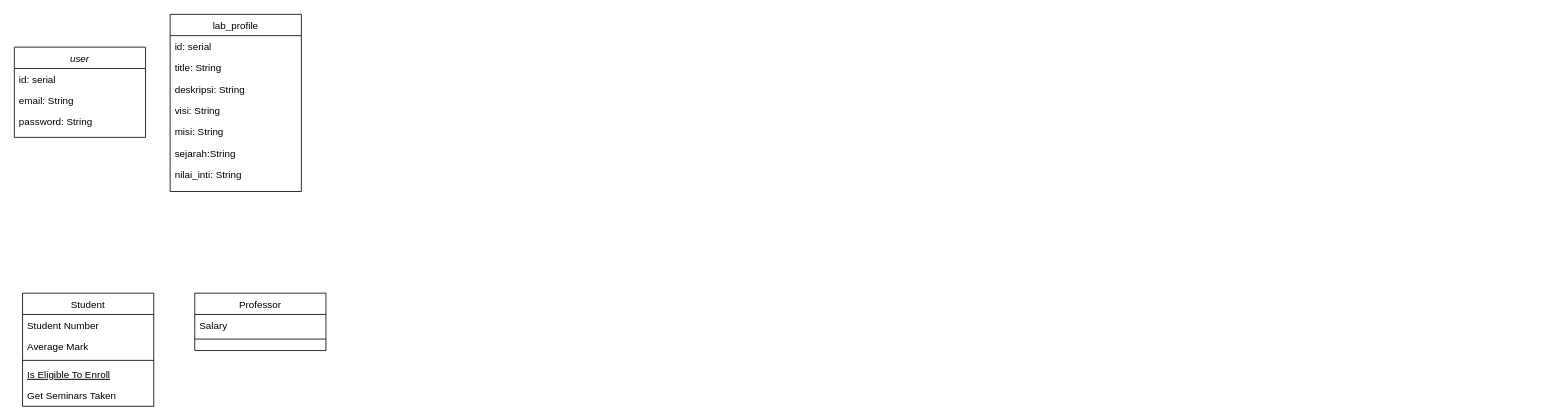
Earlier version of the draw.io diagram pblwebdb.drawio (Wahdaapf/All-About-DrawIo). Source tidied: cells renumbered, new cells numbered last; positions are measured from the earlier drawing's top-left corner, leaving out a move shared by most shapes. Both pictures are drawn from the tidied source at 82%, with x=0, y=0 at pixel (14, 14).
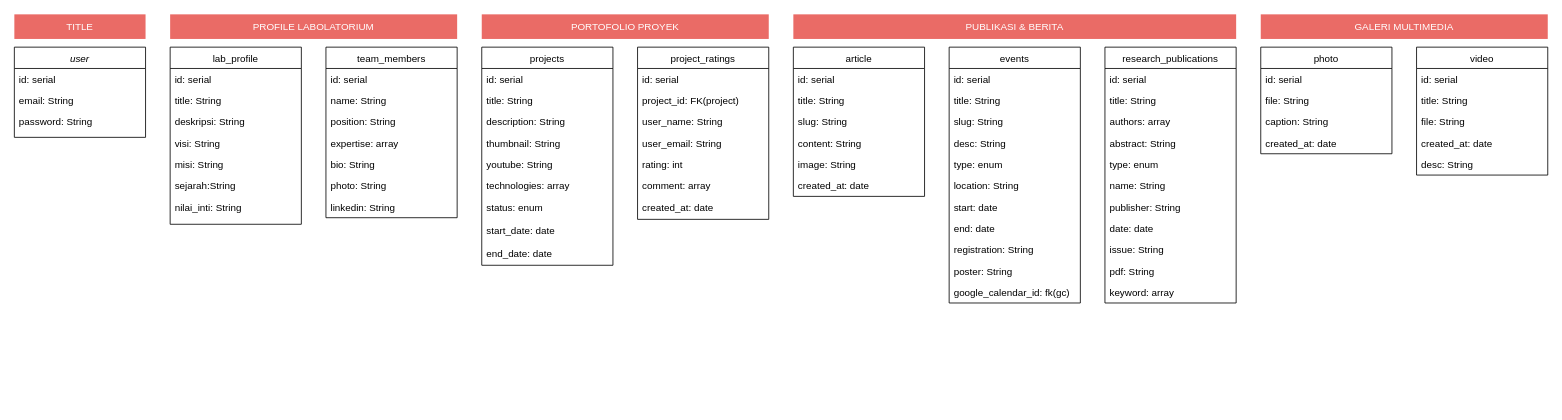
Above is the later version.

Change to the diagram source:
```diff
@@
-    <mxCell id="6" value="Student" style="swimlane;fontStyle=0;align=center;verticalAlign=top;horizontal=1;startSize=26;rounded=0;shadow=0;strokeWidth=1;" parent="1" vertex="1">
-      <mxGeometry x="10" y="340" width="160" height="138" as="geometry" />
+    <mxCell id="6" value="team_members" style="swimlane;fontStyle=0;align=center;verticalAlign=top;horizontal=1;startSize=26;rounded=0;shadow=0;strokeWidth=1;" parent="1" vertex="1">
+      <mxGeometry x="380" y="40" width="160" height="208" as="geometry" />
     </mxCell>
-    <mxCell id="7" value="Student Number" style="text;align=left;verticalAlign=top;spacingLeft=4;spacingRight=4;overflow=hidden;" parent="6" vertex="1">
+    <mxCell id="7" value="id: serial" style="text;align=left;verticalAlign=top;spacingLeft=4;spacingRight=4;overflow=hidden;" parent="6" vertex="1">
       <mxGeometry y="26" width="160" height="26" as="geometry" />
     </mxCell>
-    <mxCell id="8" value="Average Mark" style="text;align=left;verticalAlign=top;spacingLeft=4;spacingRight=4;overflow=hidden;rounded=0;shadow=0;html=0;" parent="6" vertex="1">
+    <mxCell id="8" value="name: String" style="text;align=left;verticalAlign=top;spacingLeft=4;spacingRight=4;overflow=hidden;rounded=0;shadow=0;html=0;" parent="6" vertex="1">
       <mxGeometry y="52" width="160" height="26" as="geometry" />
     </mxCell>
-    <mxCell id="9" style="line;html=1;strokeWidth=1;align=left;verticalAlign=middle;spacingTop=-1;spacingLeft=3;spacingRight=3;labelPosition=right;" parent="6" vertex="1">
-      <mxGeometry y="78" width="160" height="8" as="geometry" />
-    </mxCell>
-    <mxCell id="10" value="Is Eligible To Enroll" style="text;align=left;verticalAlign=top;spacingLeft=4;spacingRight=4;overflow=hidden;fontStyle=4;" parent="6" vertex="1">
-      <mxGeometry y="86" width="160" height="26" as="geometry" />
-    </mxCell>
-    <mxCell id="11" value="Get Seminars Taken" style="text;align=left;verticalAlign=top;spacingLeft=4;spacingRight=4;overflow=hidden;" parent="6" vertex="1">
-      <mxGeometry y="112" width="160" height="26" as="geometry" />
-    </mxCell>
+    <mxCell id="23" value="position: String" style="text;align=left;verticalAlign=top;spacingLeft=4;spacingRight=4;overflow=hidden;rounded=0;shadow=0;html=0;" parent="6" vertex="1">
+      <mxGeometry y="78" width="160" height="26" as="geometry" />
+    </mxCell>
+    <mxCell id="24" value="expertise: array" style="text;align=left;verticalAlign=top;spacingLeft=4;spacingRight=4;overflow=hidden;rounded=0;shadow=0;html=0;" parent="6" vertex="1">
+      <mxGeometry y="104" width="160" height="26" as="geometry" />
+    </mxCell>
+    <mxCell id="25" value="bio: String" style="text;align=left;verticalAlign=top;spacingLeft=4;spacingRight=4;overflow=hidden;rounded=0;shadow=0;html=0;" parent="6" vertex="1">
+      <mxGeometry y="130" width="160" height="26" as="geometry" />
+    </mxCell>
+    <mxCell id="26" value="photo: String" style="text;align=left;verticalAlign=top;spacingLeft=4;spacingRight=4;overflow=hidden;rounded=0;shadow=0;html=0;" parent="6" vertex="1">
+      <mxGeometry y="156" width="160" height="26" as="geometry" />
+    </mxCell>
+    <mxCell id="27" value="linkedin: String" style="text;align=left;verticalAlign=top;spacingLeft=4;spacingRight=4;overflow=hidden;rounded=0;shadow=0;html=0;" parent="6" vertex="1">
+      <mxGeometry y="182" width="160" height="26" as="geometry" />
+    </mxCell>
-    <mxCell id="12" value="Professor" style="swimlane;fontStyle=0;align=center;verticalAlign=top;horizontal=1;startSize=26;rounded=0;shadow=0;strokeWidth=1;" parent="1" vertex="1">
-      <mxGeometry x="220" y="340" width="160" height="70" as="geometry" />
+    <mxCell id="12" value="projects" style="swimlane;fontStyle=0;align=center;verticalAlign=top;horizontal=1;startSize=26;rounded=0;shadow=0;strokeWidth=1;" parent="1" vertex="1">
+      <mxGeometry x="570" y="40" width="160" height="266" as="geometry" />
     </mxCell>
-    <mxCell id="13" value="Salary" style="text;align=left;verticalAlign=top;spacingLeft=4;spacingRight=4;overflow=hidden;" parent="12" vertex="1">
+    <mxCell id="13" value="id: serial" style="text;align=left;verticalAlign=top;spacingLeft=4;spacingRight=4;overflow=hidden;" parent="12" vertex="1">
       <mxGeometry y="26" width="160" height="26" as="geometry" />
     </mxCell>
-    <mxCell id="14" style="line;html=1;strokeWidth=1;align=left;verticalAlign=middle;spacingTop=-1;spacingLeft=3;spacingRight=3;labelPosition=right;" parent="12" vertex="1">
-      <mxGeometry y="52" width="160" height="8" as="geometry" />
-    </mxCell>
+    <mxCell id="28" value="title: String" style="text;align=left;verticalAlign=top;spacingLeft=4;spacingRight=4;overflow=hidden;" parent="12" vertex="1">
+      <mxGeometry y="52" width="160" height="26" as="geometry" />
+    </mxCell>
+    <mxCell id="29" value="description: String" style="text;align=left;verticalAlign=top;spacingLeft=4;spacingRight=4;overflow=hidden;" parent="12" vertex="1">
+      <mxGeometry y="78" width="160" height="26" as="geometry" />
+    </mxCell>
+    <mxCell id="30" value="thumbnail: String" style="text;align=left;verticalAlign=top;spacingLeft=4;spacingRight=4;overflow=hidden;" parent="12" vertex="1">
+      <mxGeometry y="104" width="160" height="26" as="geometry" />
+    </mxCell>
+    <mxCell id="31" value="youtube: String" style="text;align=left;verticalAlign=top;spacingLeft=4;spacingRight=4;overflow=hidden;" parent="12" vertex="1">
+      <mxGeometry y="130" width="160" height="26" as="geometry" />
+    </mxCell>
+    <mxCell id="32" value="technologies: array" style="text;align=left;verticalAlign=top;spacingLeft=4;spacingRight=4;overflow=hidden;" parent="12" vertex="1">
+      <mxGeometry y="156" width="160" height="26" as="geometry" />
+    </mxCell>
+    <mxCell id="33" value="status: enum" style="text;align=left;verticalAlign=top;spacingLeft=4;spacingRight=4;overflow=hidden;" parent="12" vertex="1">
+      <mxGeometry y="182" width="160" height="28" as="geometry" />
+    </mxCell>
+    <mxCell id="34" value="start_date: date" style="text;align=left;verticalAlign=top;spacingLeft=4;spacingRight=4;overflow=hidden;" parent="12" vertex="1">
+      <mxGeometry y="210" width="160" height="28" as="geometry" />
+    </mxCell>
+    <mxCell id="35" value="end_date: date" style="text;align=left;verticalAlign=top;spacingLeft=4;spacingRight=4;overflow=hidden;" parent="12" vertex="1">
+      <mxGeometry y="238" width="160" height="28" as="geometry" />
+    </mxCell>
     <mxCell id="15" value="lab_profile" style="swimlane;fontStyle=0;align=center;verticalAlign=top;horizontal=1;startSize=26;rounded=0;shadow=0;strokeWidth=1;" parent="1" vertex="1">
-      <mxGeometry x="190" width="160" height="216" as="geometry" />
+      <mxGeometry x="190" y="40" width="160" height="216" as="geometry" />
     </mxCell>
@@
+    <mxCell id="36" value="project_ratings" style="swimlane;fontStyle=0;align=center;verticalAlign=top;horizontal=1;startSize=26;rounded=0;shadow=0;strokeWidth=1;" parent="1" vertex="1">
+      <mxGeometry x="760" y="40" width="160" height="210" as="geometry" />
+    </mxCell>
+    <mxCell id="37" value="id: serial" style="text;align=left;verticalAlign=top;spacingLeft=4;spacingRight=4;overflow=hidden;" parent="36" vertex="1">
+      <mxGeometry y="26" width="160" height="26" as="geometry" />
+    </mxCell>
+    <mxCell id="38" value="project_id: FK(project)" style="text;align=left;verticalAlign=top;spacingLeft=4;spacingRight=4;overflow=hidden;" parent="36" vertex="1">
+      <mxGeometry y="52" width="160" height="26" as="geometry" />
+    </mxCell>
+    <mxCell id="39" value="user_name: String" style="text;align=left;verticalAlign=top;spacingLeft=4;spacingRight=4;overflow=hidden;" parent="36" vertex="1">
+      <mxGeometry y="78" width="160" height="26" as="geometry" />
+    </mxCell>
+    <mxCell id="40" value="user_email: String" style="text;align=left;verticalAlign=top;spacingLeft=4;spacingRight=4;overflow=hidden;" parent="36" vertex="1">
+      <mxGeometry y="104" width="160" height="26" as="geometry" />
+    </mxCell>
+    <mxCell id="41" value="rating: int" style="text;align=left;verticalAlign=top;spacingLeft=4;spacingRight=4;overflow=hidden;" parent="36" vertex="1">
+      <mxGeometry y="130" width="160" height="26" as="geometry" />
+    </mxCell>
+    <mxCell id="42" value="comment: array" style="text;align=left;verticalAlign=top;spacingLeft=4;spacingRight=4;overflow=hidden;" parent="36" vertex="1">
+      <mxGeometry y="156" width="160" height="26" as="geometry" />
+    </mxCell>
+    <mxCell id="43" value="created_at: date" style="text;align=left;verticalAlign=top;spacingLeft=4;spacingRight=4;overflow=hidden;" parent="36" vertex="1">
+      <mxGeometry y="182" width="160" height="28" as="geometry" />
+    </mxCell>
+    <mxCell id="44" value="article" style="swimlane;fontStyle=0;align=center;verticalAlign=top;horizontal=1;startSize=26;rounded=0;shadow=0;strokeWidth=1;" parent="1" vertex="1">
+      <mxGeometry x="950" y="40" width="160" height="182" as="geometry" />
+    </mxCell>
+    <mxCell id="45" value="id: serial" style="text;align=left;verticalAlign=top;spacingLeft=4;spacingRight=4;overflow=hidden;" parent="44" vertex="1">
+      <mxGeometry y="26" width="160" height="26" as="geometry" />
+    </mxCell>
+    <mxCell id="46" value="title: String" style="text;align=left;verticalAlign=top;spacingLeft=4;spacingRight=4;overflow=hidden;" parent="44" vertex="1">
+      <mxGeometry y="52" width="160" height="26" as="geometry" />
+    </mxCell>
+    <mxCell id="47" value="slug: String" style="text;align=left;verticalAlign=top;spacingLeft=4;spacingRight=4;overflow=hidden;" parent="44" vertex="1">
+      <mxGeometry y="78" width="160" height="26" as="geometry" />
+    </mxCell>
+    <mxCell id="48" value="content: String" style="text;align=left;verticalAlign=top;spacingLeft=4;spacingRight=4;overflow=hidden;" parent="44" vertex="1">
+      <mxGeometry y="104" width="160" height="26" as="geometry" />
+    </mxCell>
+    <mxCell id="49" value="image: String   " style="text;align=left;verticalAlign=top;spacingLeft=4;spacingRight=4;overflow=hidden;" parent="44" vertex="1">
+      <mxGeometry y="130" width="160" height="26" as="geometry" />
+    </mxCell>
+    <mxCell id="50" value="created_at: date" style="text;align=left;verticalAlign=top;spacingLeft=4;spacingRight=4;overflow=hidden;" parent="44" vertex="1">
+      <mxGeometry y="156" width="160" height="26" as="geometry" />
+    </mxCell>
+    <mxCell id="51" value="events" style="swimlane;fontStyle=0;align=center;verticalAlign=top;horizontal=1;startSize=26;rounded=0;shadow=0;strokeWidth=1;" parent="1" vertex="1">
+      <mxGeometry x="1140" y="40" width="160" height="312" as="geometry" />
+    </mxCell>
+    <mxCell id="52" value="id: serial" style="text;align=left;verticalAlign=top;spacingLeft=4;spacingRight=4;overflow=hidden;" parent="51" vertex="1">
+      <mxGeometry y="26" width="160" height="26" as="geometry" />
+    </mxCell>
+    <mxCell id="53" value="title: String" style="text;align=left;verticalAlign=top;spacingLeft=4;spacingRight=4;overflow=hidden;" parent="51" vertex="1">
+      <mxGeometry y="52" width="160" height="26" as="geometry" />
+    </mxCell>
+    <mxCell id="54" value="slug: String" style="text;align=left;verticalAlign=top;spacingLeft=4;spacingRight=4;overflow=hidden;" parent="51" vertex="1">
+      <mxGeometry y="78" width="160" height="26" as="geometry" />
+    </mxCell>
+    <mxCell id="55" value="desc: String" style="text;align=left;verticalAlign=top;spacingLeft=4;spacingRight=4;overflow=hidden;" parent="51" vertex="1">
+      <mxGeometry y="104" width="160" height="26" as="geometry" />
+    </mxCell>
+    <mxCell id="56" value="type: enum" style="text;align=left;verticalAlign=top;spacingLeft=4;spacingRight=4;overflow=hidden;" parent="51" vertex="1">
+      <mxGeometry y="130" width="160" height="26" as="geometry" />
+    </mxCell>
+    <mxCell id="57" value="location: String" style="text;align=left;verticalAlign=top;spacingLeft=4;spacingRight=4;overflow=hidden;" parent="51" vertex="1">
+      <mxGeometry y="156" width="160" height="26" as="geometry" />
+    </mxCell>
+    <mxCell id="58" value="start: date" style="text;align=left;verticalAlign=top;spacingLeft=4;spacingRight=4;overflow=hidden;" parent="51" vertex="1">
+      <mxGeometry y="182" width="160" height="26" as="geometry" />
+    </mxCell>
+    <mxCell id="59" value="end: date" style="text;align=left;verticalAlign=top;spacingLeft=4;spacingRight=4;overflow=hidden;" parent="51" vertex="1">
+      <mxGeometry y="208" width="160" height="26" as="geometry" />
+    </mxCell>
+    <mxCell id="60" value="registration: String" style="text;align=left;verticalAlign=top;spacingLeft=4;spacingRight=4;overflow=hidden;" parent="51" vertex="1">
+      <mxGeometry y="234" width="160" height="26" as="geometry" />
+    </mxCell>
+    <mxCell id="61" value="poster: String" style="text;align=left;verticalAlign=top;spacingLeft=4;spacingRight=4;overflow=hidden;" parent="51" vertex="1">
+      <mxGeometry y="260" width="160" height="26" as="geometry" />
+    </mxCell>
+    <mxCell id="62" value="google_calendar_id: fk(gc)" style="text;align=left;verticalAlign=top;spacingLeft=4;spacingRight=4;overflow=hidden;" parent="51" vertex="1">
+      <mxGeometry y="286" width="160" height="26" as="geometry" />
+    </mxCell>
+    <mxCell id="63" value="research_publications" style="swimlane;fontStyle=0;align=center;verticalAlign=top;horizontal=1;startSize=26;rounded=0;shadow=0;strokeWidth=1;" parent="1" vertex="1">
+      <mxGeometry x="1330" y="40" width="160" height="312" as="geometry" />
+    </mxCell>
+    <mxCell id="64" value="id: serial" style="text;align=left;verticalAlign=top;spacingLeft=4;spacingRight=4;overflow=hidden;" parent="63" vertex="1">
+      <mxGeometry y="26" width="160" height="26" as="geometry" />
+    </mxCell>
+    <mxCell id="65" value="title: String" style="text;align=left;verticalAlign=top;spacingLeft=4;spacingRight=4;overflow=hidden;" parent="63" vertex="1">
+      <mxGeometry y="52" width="160" height="26" as="geometry" />
+    </mxCell>
+    <mxCell id="66" value="authors: array" style="text;align=left;verticalAlign=top;spacingLeft=4;spacingRight=4;overflow=hidden;" parent="63" vertex="1">
+      <mxGeometry y="78" width="160" height="26" as="geometry" />
+    </mxCell>
+    <mxCell id="67" value="abstract: String" style="text;align=left;verticalAlign=top;spacingLeft=4;spacingRight=4;overflow=hidden;" parent="63" vertex="1">
+      <mxGeometry y="104" width="160" height="26" as="geometry" />
+    </mxCell>
+    <mxCell id="68" value="type: enum" style="text;align=left;verticalAlign=top;spacingLeft=4;spacingRight=4;overflow=hidden;" parent="63" vertex="1">
+      <mxGeometry y="130" width="160" height="26" as="geometry" />
+    </mxCell>
+    <mxCell id="69" value="name: String" style="text;align=left;verticalAlign=top;spacingLeft=4;spacingRight=4;overflow=hidden;" parent="63" vertex="1">
+      <mxGeometry y="156" width="160" height="26" as="geometry" />
+    </mxCell>
+    <mxCell id="70" value="publisher: String" style="text;align=left;verticalAlign=top;spacingLeft=4;spacingRight=4;overflow=hidden;" parent="63" vertex="1">
+      <mxGeometry y="182" width="160" height="26" as="geometry" />
+    </mxCell>
+    <mxCell id="71" value="date: date" style="text;align=left;verticalAlign=top;spacingLeft=4;spacingRight=4;overflow=hidden;" parent="63" vertex="1">
+      <mxGeometry y="208" width="160" height="26" as="geometry" />
+    </mxCell>
+    <mxCell id="72" value="issue: String" style="text;align=left;verticalAlign=top;spacingLeft=4;spacingRight=4;overflow=hidden;" parent="63" vertex="1">
+      <mxGeometry y="234" width="160" height="26" as="geometry" />
+    </mxCell>
+    <mxCell id="73" value="pdf: String" style="text;align=left;verticalAlign=top;spacingLeft=4;spacingRight=4;overflow=hidden;" parent="63" vertex="1">
+      <mxGeometry y="260" width="160" height="26" as="geometry" />
+    </mxCell>
+    <mxCell id="74" value="keyword: array" style="text;align=left;verticalAlign=top;spacingLeft=4;spacingRight=4;overflow=hidden;" parent="63" vertex="1">
+      <mxGeometry y="286" width="160" height="26" as="geometry" />
+    </mxCell>
+    <mxCell id="75" value="photo" style="swimlane;fontStyle=0;align=center;verticalAlign=top;horizontal=1;startSize=26;rounded=0;shadow=0;strokeWidth=1;" parent="1" vertex="1">
+      <mxGeometry x="1520" y="40" width="160" height="130" as="geometry" />
+    </mxCell>
+    <mxCell id="76" value="id: serial" style="text;align=left;verticalAlign=top;spacingLeft=4;spacingRight=4;overflow=hidden;" parent="75" vertex="1">
+      <mxGeometry y="26" width="160" height="26" as="geometry" />
+    </mxCell>
+    <mxCell id="77" value="file: String" style="text;align=left;verticalAlign=top;spacingLeft=4;spacingRight=4;overflow=hidden;" parent="75" vertex="1">
+      <mxGeometry y="52" width="160" height="26" as="geometry" />
+    </mxCell>
+    <mxCell id="78" value="caption: String" style="text;align=left;verticalAlign=top;spacingLeft=4;spacingRight=4;overflow=hidden;" parent="75" vertex="1">
+      <mxGeometry y="78" width="160" height="26" as="geometry" />
+    </mxCell>
+    <mxCell id="79" value="created_at: date" style="text;align=left;verticalAlign=top;spacingLeft=4;spacingRight=4;overflow=hidden;" parent="75" vertex="1">
+      <mxGeometry y="104" width="160" height="26" as="geometry" />
+    </mxCell>
+    <mxCell id="80" value="video" style="swimlane;fontStyle=0;align=center;verticalAlign=top;horizontal=1;startSize=26;rounded=0;shadow=0;strokeWidth=1;" parent="1" vertex="1">
+      <mxGeometry x="1710" y="40" width="160" height="156" as="geometry" />
+    </mxCell>
+    <mxCell id="81" value="id: serial" style="text;align=left;verticalAlign=top;spacingLeft=4;spacingRight=4;overflow=hidden;" parent="80" vertex="1">
+      <mxGeometry y="26" width="160" height="26" as="geometry" />
+    </mxCell>
+    <mxCell id="82" value="title: String" style="text;align=left;verticalAlign=top;spacingLeft=4;spacingRight=4;overflow=hidden;" parent="80" vertex="1">
+      <mxGeometry y="52" width="160" height="26" as="geometry" />
+    </mxCell>
+    <mxCell id="83" value="file: String" style="text;align=left;verticalAlign=top;spacingLeft=4;spacingRight=4;overflow=hidden;" parent="80" vertex="1">
+      <mxGeometry y="78" width="160" height="26" as="geometry" />
+    </mxCell>
+    <mxCell id="84" value="created_at: date" style="text;align=left;verticalAlign=top;spacingLeft=4;spacingRight=4;overflow=hidden;" parent="80" vertex="1">
+      <mxGeometry y="104" width="160" height="26" as="geometry" />
+    </mxCell>
+    <mxCell id="85" value="desc: String" style="text;align=left;verticalAlign=top;spacingLeft=4;spacingRight=4;overflow=hidden;" parent="80" vertex="1">
+      <mxGeometry y="130" width="160" height="26" as="geometry" />
+    </mxCell>
+    <mxCell id="86" value="&lt;font style=&quot;color: rgb(255, 255, 255);&quot;&gt;TITLE&lt;/font&gt;" style="text;html=1;whiteSpace=wrap;strokeColor=none;fillColor=#EA6B66;align=center;verticalAlign=middle;rounded=0;" parent="1" vertex="1">
+      <mxGeometry width="160" height="30" as="geometry" />
+    </mxCell>
+    <mxCell id="87" value="&lt;font style=&quot;color: rgb(255, 255, 255);&quot;&gt;PROFILE LABOLATORIUM&lt;/font&gt;" style="text;html=1;whiteSpace=wrap;strokeColor=none;fillColor=#EA6B66;align=center;verticalAlign=middle;rounded=0;" parent="1" vertex="1">
+      <mxGeometry x="190" width="350" height="30" as="geometry" />
+    </mxCell>
+    <mxCell id="88" value="&lt;font style=&quot;color: rgb(255, 255, 255);&quot;&gt;PORTOFOLIO PROYEK&lt;/font&gt;" style="text;html=1;whiteSpace=wrap;strokeColor=none;fillColor=#EA6B66;align=center;verticalAlign=middle;rounded=0;" parent="1" vertex="1">
+      <mxGeometry x="570" width="350" height="30" as="geometry" />
+    </mxCell>
+    <mxCell id="89" value="&lt;font style=&quot;color: rgb(255, 255, 255);&quot;&gt;PUBLIKASI &amp;amp; BERITA&lt;/font&gt;" style="text;html=1;whiteSpace=wrap;strokeColor=none;fillColor=#EA6B66;align=center;verticalAlign=middle;rounded=0;" parent="1" vertex="1">
+      <mxGeometry x="950" width="540" height="30" as="geometry" />
+    </mxCell>
+    <mxCell id="90" value="&lt;font style=&quot;color: rgb(255, 255, 255);&quot;&gt;GALERI MULTIMEDIA&lt;/font&gt;" style="text;html=1;whiteSpace=wrap;strokeColor=none;fillColor=#EA6B66;align=center;verticalAlign=middle;rounded=0;" parent="1" vertex="1">
+      <mxGeometry x="1520" width="350" height="30" as="geometry" />
+    </mxCell>
```
